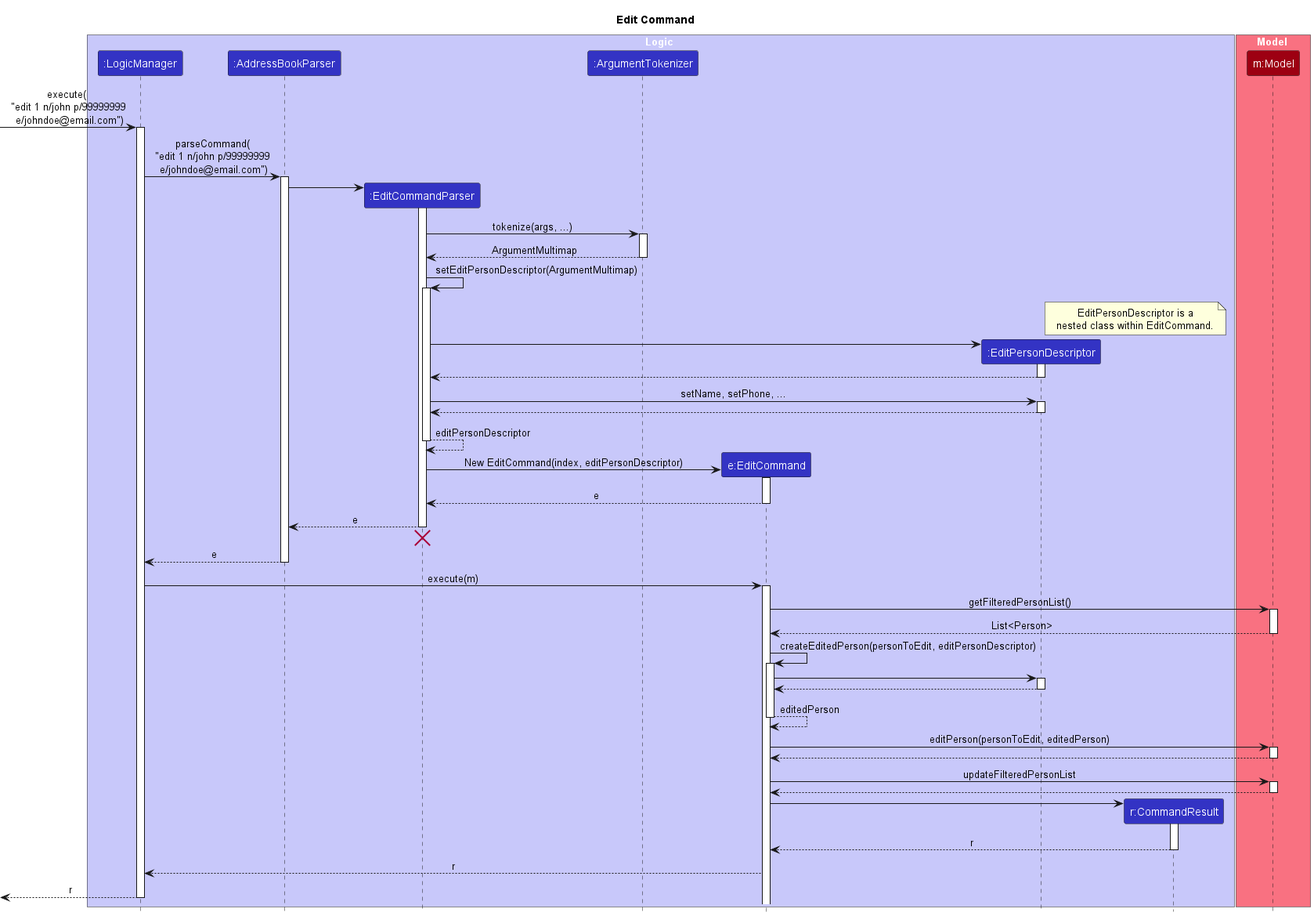
Above: docs/images/EditCommandSequenceDiagram.png in darrenlhs/tp (PlantUML), before the change.
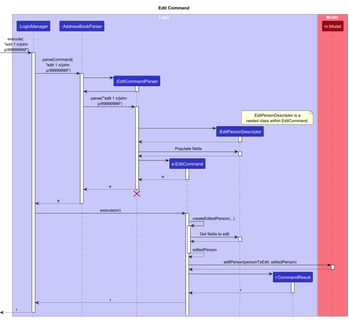
Later version of the same file.

Commit message:
Change sequence diagrams

The edit, as a diff of the source:
```diff
@@ -1,6 +1,7 @@
 @startuml
 !include style.puml
 skinparam ArrowFontStyle plain
+scale 2
 
 title Edit Command
 
@@ -8,7 +9,6 @@
 participant ":LogicManager" as LogicManager LOGIC_COLOR
 participant ":AddressBookParser" as AddressBookParser LOGIC_COLOR
 participant ":EditCommandParser" as EditCommandParser LOGIC_COLOR
-participant ":ArgumentTokenizer" as ArgumentTokenizer LOGIC_COLOR
 participant "e:EditCommand" as EditCommand LOGIC_COLOR
 participant ":EditPersonDescriptor" as EditPersonDescriptor LOGIC_COLOR
 participant "r:CommandResult" as CommandResult LOGIC_COLOR
@@ -18,22 +18,22 @@
 participant "m:Model" as Model MODEL_COLOR
 end box
 
-[-> LogicManager : execute( \n "edit 1 n/john p/99999999 \n e/johndoe@email.com")
+[-> LogicManager : execute( \n "edit 1 n/john \n p/99999999")
 activate LogicManager
 
-LogicManager -> AddressBookParser : parseCommand(\n "edit 1 n/john p/99999999 \n e/johndoe@email.com")
+LogicManager -> AddressBookParser : parseCommand(\n "edit 1 n/john \n p/99999999")
 activate AddressBookParser
 
 create EditCommandParser
 AddressBookParser -> EditCommandParser
 activate EditCommandParser
 
-EditCommandParser -> ArgumentTokenizer : tokenize(args, ...)
-activate ArgumentTokenizer
-return ArgumentMultimap
+EditCommandParser -> AddressBookParser
+deactivate
 
-EditCommandParser -> EditCommandParser : setEditPersonDescriptor(ArgumentMultimap)
+AddressBookParser -> EditCommandParser: parse('"edit 1 n/john \n p/99999999")
 activate EditCommandParser
+
 
 create EditPersonDescriptor
 
@@ -46,14 +46,12 @@
 activate EditPersonDescriptor
 return
 
-EditCommandParser -> EditPersonDescriptor : setName, setPhone, ...
+EditCommandParser -> EditPersonDescriptor : Populate fields
 activate EditPersonDescriptor
 return
 
-return editPersonDescriptor
-
 create EditCommand
-EditCommandParser -> EditCommand : New EditCommand(index, editPersonDescriptor)
+EditCommandParser -> EditCommand
 activate EditCommand
 EditCommand --> EditCommandParser : e
 deactivate EditCommand
@@ -70,27 +68,18 @@
 LogicManager -> EditCommand : execute(m)
 activate EditCommand
 
-EditCommand -> Model : getFilteredPersonList()
-activate Model
-return List<Person>
-
-EditCommand -> EditCommand : createEditedPerson(personToEdit, editPersonDescriptor)
+EditCommand -> EditCommand : createEditedPerson(...)
 activate EditCommand
 
-EditCommand -> EditPersonDescriptor
+EditCommand -> EditPersonDescriptor : Get fields to edit
 activate EditPersonDescriptor
 EditPersonDescriptor --> EditCommand
 deactivate EditPersonDescriptor
-return editedPerson
 
-
+EditCommand --> EditCommand : editedPerson
+deactivate EditCommand
 
 EditCommand -> Model : editPerson(personToEdit, editedPerson)
-activate Model
-Model --> EditCommand
-deactivate Model
-
-EditCommand -> Model : updateFilteredPersonList
 activate Model
 Model --> EditCommand
 deactivate Model
```
